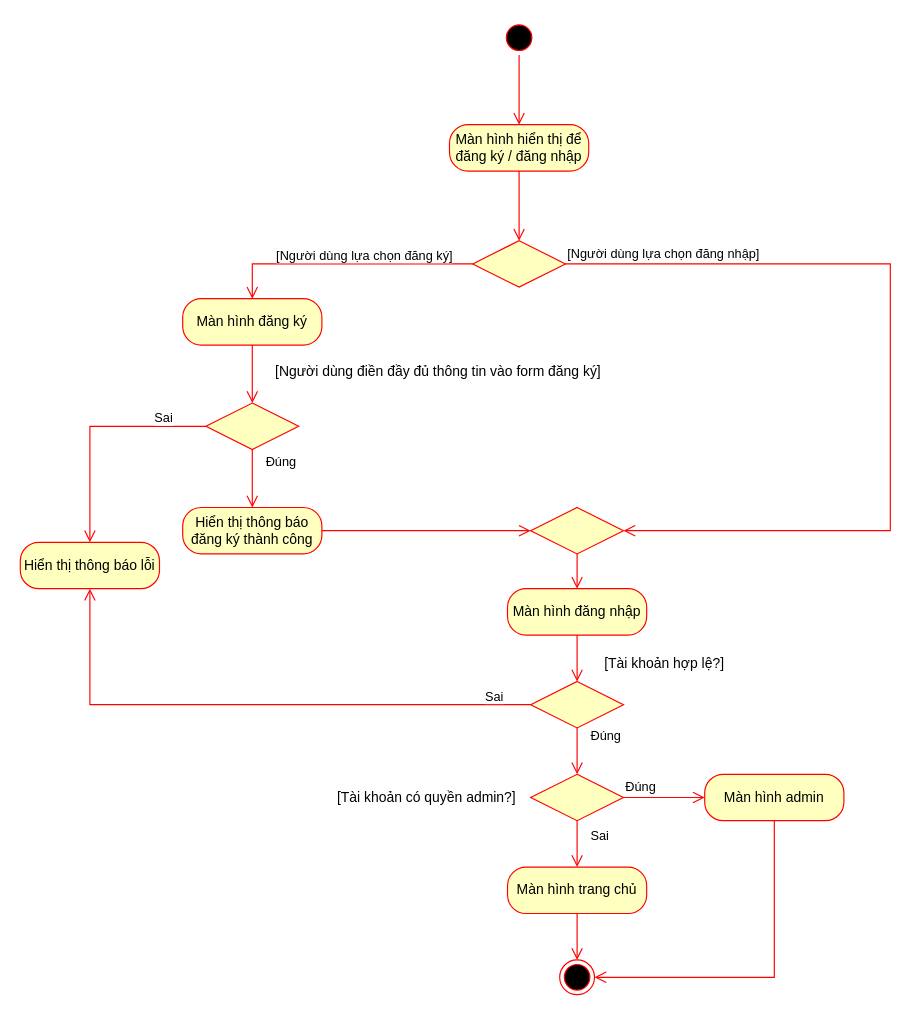
Above: SAD Diagrams/login_signup_activity_diagram.drawio in hvt299/do_an_co_so_2 (draw.io), before the change. Source tidied: cells renumbered, new cells numbered last; positions are measured from the earlier drawing's top-left corner, leaving out a move shared by most shapes. Both pictures are drawn from the tidied source at 116%, with x=0, y=0 at pixel (20, 20).
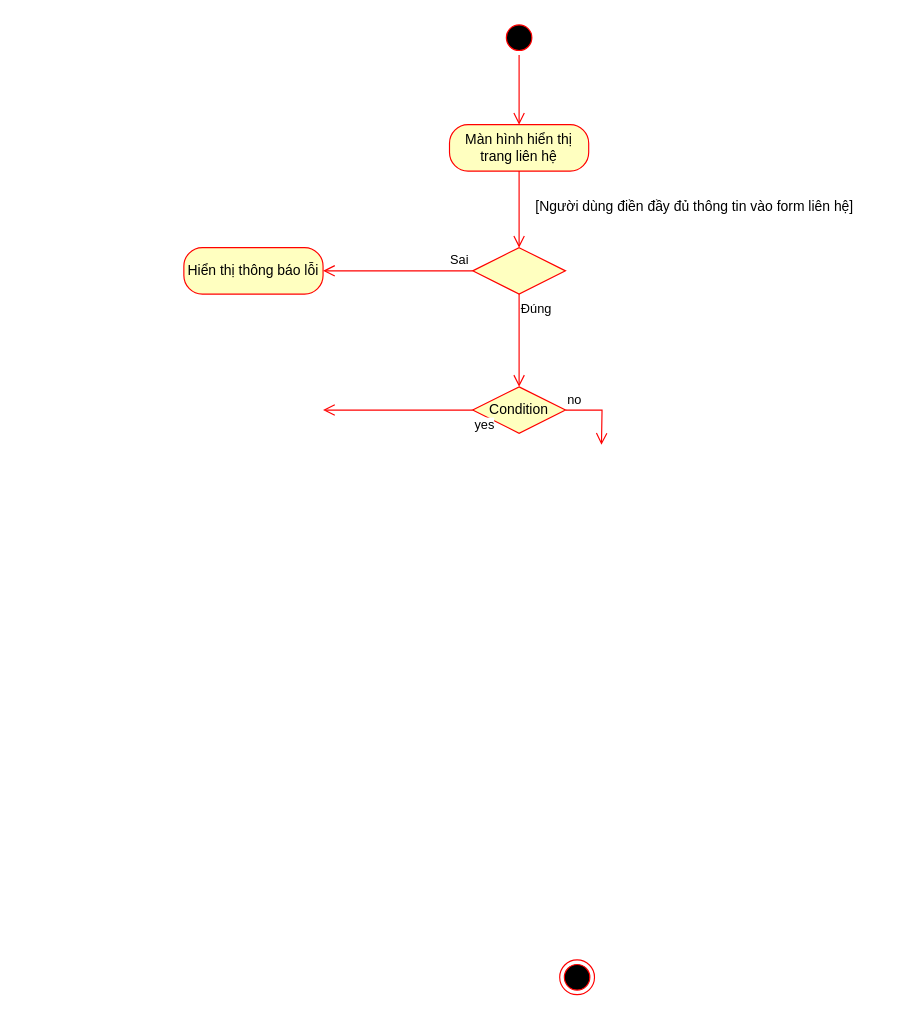
The same page after the edit.

The edit, as a diff of the source:
```diff
@@
-    <mxCell id="4" value="Màn hình hiển thị để đăng ký / đăng nhập" style="rounded=1;whiteSpace=wrap;html=1;arcSize=40;fontColor=#000000;fillColor=#ffffc0;strokeColor=#ff0000;" parent="1" vertex="1">
+    <mxCell id="4" value="Màn hình hiển thị trang liên hệ" style="rounded=1;whiteSpace=wrap;html=1;arcSize=40;fontColor=#000000;fillColor=#ffffc0;strokeColor=#ff0000;" parent="1" vertex="1">
       <mxGeometry x="370" y="90" width="120" height="40" as="geometry" />
     </mxCell>
-    <mxCell id="5" style="edgeStyle=orthogonalEdgeStyle;html=1;verticalAlign=bottom;endArrow=open;endSize=8;strokeColor=#ff0000;rounded=0;entryX=0.5;entryY=0;entryDx=0;entryDy=0;" parent="1" edge="1" source="4" target="6">
+    <mxCell id="5" style="edgeStyle=orthogonalEdgeStyle;html=1;verticalAlign=bottom;endArrow=open;endSize=8;strokeColor=#ff0000;rounded=0;entryX=0.5;entryY=0;entryDx=0;entryDy=0;" parent="1" edge="1" source="4" target="35">
       <mxGeometry relative="1" as="geometry" />
     </mxCell>
-    <mxCell id="6" style="rhombus;whiteSpace=wrap;html=1;fontColor=#000000;fillColor=#ffffc0;strokeColor=#ff0000;" parent="1" vertex="1">
-      <mxGeometry x="390" y="190" width="80" height="40" as="geometry" />
-    </mxCell>
-    <mxCell id="7" value="[Người dùng lựa chọn đăng nhập]" style="edgeStyle=orthogonalEdgeStyle;html=1;align=left;verticalAlign=bottom;endArrow=open;endSize=8;strokeColor=#ff0000;rounded=0;entryX=1;entryY=0.5;entryDx=0;entryDy=0;" parent="1" edge="1" source="6" target="18">
-      <mxGeometry x="-1" relative="1" as="geometry">
-        <Array as="points">
-          <mxPoint x="750" y="210" />
-          <mxPoint x="750" y="440" />
-        </Array>
-      </mxGeometry>
-    </mxCell>
-    <mxCell id="8" value="[Người dùng lựa chọn đăng ký]" style="edgeStyle=orthogonalEdgeStyle;html=1;align=left;verticalAlign=top;endArrow=open;endSize=8;strokeColor=#ff0000;rounded=0;exitX=0;exitY=0.5;exitDx=0;exitDy=0;entryX=0.5;entryY=0;entryDx=0;entryDy=0;" parent="1" edge="1" source="6" target="9">
-      <mxGeometry x="0.55" y="-20" relative="1" as="geometry" />
-    </mxCell>
-    <mxCell id="9" value="Màn hình đăng ký" style="rounded=1;whiteSpace=wrap;html=1;arcSize=40;fontColor=#000000;fillColor=#ffffc0;strokeColor=#ff0000;" parent="1" vertex="1">
-      <mxGeometry x="140" y="240" width="120" height="40" as="geometry" />
-    </mxCell>
-    <mxCell id="10" style="edgeStyle=orthogonalEdgeStyle;html=1;verticalAlign=bottom;endArrow=open;endSize=8;strokeColor=#ff0000;rounded=0;entryX=0.5;entryY=0;entryDx=0;entryDy=0;" parent="1" edge="1" source="9" target="11">
-      <mxGeometry relative="1" as="geometry" />
-    </mxCell>
-    <mxCell id="11" style="rhombus;whiteSpace=wrap;html=1;fontColor=#000000;fillColor=#ffffc0;strokeColor=#ff0000;" parent="1" vertex="1">
-      <mxGeometry x="160" y="330" width="80" height="40" as="geometry" />
-    </mxCell>
-    <mxCell id="12" value="Đúng" style="edgeStyle=orthogonalEdgeStyle;html=1;align=left;verticalAlign=bottom;endArrow=open;endSize=8;strokeColor=#ff0000;rounded=0;exitX=0.5;exitY=1;exitDx=0;exitDy=0;entryX=0.5;entryY=0;entryDx=0;entryDy=0;" parent="1" edge="1" source="11" target="15">
-      <mxGeometry x="-0.2" y="10" relative="1" as="geometry" />
-    </mxCell>
-    <mxCell id="13" value="Sai" style="edgeStyle=orthogonalEdgeStyle;html=1;align=left;verticalAlign=top;endArrow=open;endSize=8;strokeColor=#ff0000;rounded=0;exitX=0;exitY=0.5;exitDx=0;exitDy=0;entryX=0.5;entryY=0;entryDx=0;entryDy=0;" parent="1" edge="1" source="11" target="17">
-      <mxGeometry x="-0.54" y="-20" relative="1" as="geometry" />
-    </mxCell>
-    <mxCell id="14" value="[Người dùng điền đầy đủ thông tin vào form đăng ký]" style="text;html=1;align=center;verticalAlign=middle;strokeColor=none;fillColor=none;" parent="1" vertex="1">
-      <mxGeometry x="210" y="288" width="300" height="30" as="geometry" />
-    </mxCell>
-    <mxCell id="15" value="Hiển thị thông báo đăng ký thành công" style="rounded=1;whiteSpace=wrap;html=1;arcSize=40;fontColor=#000000;fillColor=#ffffc0;strokeColor=#ff0000;" parent="1" vertex="1">
-      <mxGeometry x="140" y="420" width="120" height="40" as="geometry" />
-    </mxCell>
-    <mxCell id="16" style="edgeStyle=orthogonalEdgeStyle;html=1;verticalAlign=bottom;endArrow=open;endSize=8;strokeColor=#ff0000;rounded=0;entryX=0;entryY=0.5;entryDx=0;entryDy=0;" parent="1" edge="1" source="15" target="18">
-      <mxGeometry relative="1" as="geometry" />
-    </mxCell>
+    <mxCell id="32" style="ellipse;html=1;shape=endState;fillColor=#000000;strokeColor=#ff0000;" parent="1" vertex="1">
+      <mxGeometry x="465" y="810" width="30" height="30" as="geometry" />
+    </mxCell>
+    <mxCell id="35" style="rhombus;whiteSpace=wrap;html=1;fontColor=#000000;fillColor=#ffffc0;strokeColor=#ff0000;" parent="1" vertex="1">
+      <mxGeometry x="390" y="196" width="80" height="40" as="geometry" />
+    </mxCell>
+    <mxCell id="36" value="Sai" style="edgeStyle=orthogonalEdgeStyle;html=1;align=left;verticalAlign=bottom;endArrow=open;endSize=8;strokeColor=#ff0000;rounded=0;entryX=1;entryY=0.5;entryDx=0;entryDy=0;" parent="1" edge="1" source="35" target="17">
+      <mxGeometry x="-0.68" relative="1" as="geometry" />
+    </mxCell>
+    <mxCell id="37" value="Đúng" style="edgeStyle=orthogonalEdgeStyle;html=1;align=left;verticalAlign=top;endArrow=open;endSize=8;strokeColor=#ff0000;rounded=0;entryX=0.5;entryY=0;entryDx=0;entryDy=0;" parent="1" edge="1" source="35" target="39">
+      <mxGeometry x="-1" relative="1" as="geometry" />
+    </mxCell>
+    <mxCell id="38" value="[Người dùng điền đầy đủ thông tin vào form liên hệ]" style="text;html=1;align=center;verticalAlign=middle;strokeColor=none;fillColor=none;" parent="1" vertex="1">
+      <mxGeometry x="431" y="146" width="300" height="30" as="geometry" />
+    </mxCell>
     <mxCell id="17" value="Hiển thị thông báo lỗi" style="rounded=1;whiteSpace=wrap;html=1;arcSize=40;fontColor=#000000;fillColor=#ffffc0;strokeColor=#ff0000;" parent="1" vertex="1">
-      <mxGeometry y="450" width="120" height="40" as="geometry" />
+      <mxGeometry x="141" y="196" width="120" height="40" as="geometry" />
     </mxCell>
-    <mxCell id="18" style="rhombus;whiteSpace=wrap;html=1;fontColor=#000000;fillColor=#ffffc0;strokeColor=#ff0000;" parent="1" vertex="1">
-      <mxGeometry x="440" y="420" width="80" height="40" as="geometry" />
-    </mxCell>
-    <mxCell id="19" style="edgeStyle=orthogonalEdgeStyle;html=1;align=left;verticalAlign=top;endArrow=open;endSize=8;strokeColor=#ff0000;rounded=0;entryX=0.5;entryY=0;entryDx=0;entryDy=0;" parent="1" edge="1" source="18" target="20">
-      <mxGeometry x="-1" relative="1" as="geometry" />
-    </mxCell>
-    <mxCell id="20" value="Màn hình đăng nhập" style="rounded=1;whiteSpace=wrap;html=1;arcSize=40;fontColor=#000000;fillColor=#ffffc0;strokeColor=#ff0000;" parent="1" vertex="1">
-      <mxGeometry x="420" y="490" width="120" height="40" as="geometry" />
-    </mxCell>
-    <mxCell id="21" style="edgeStyle=orthogonalEdgeStyle;html=1;verticalAlign=bottom;endArrow=open;endSize=8;strokeColor=#ff0000;rounded=0;entryX=0.5;entryY=0;entryDx=0;entryDy=0;" parent="1" edge="1" source="20" target="22">
-      <mxGeometry relative="1" as="geometry" />
-    </mxCell>
-    <mxCell id="22" style="rhombus;whiteSpace=wrap;html=1;fontColor=#000000;fillColor=#ffffc0;strokeColor=#ff0000;" parent="1" vertex="1">
-      <mxGeometry x="440" y="570" width="80" height="40" as="geometry" />
-    </mxCell>
-    <mxCell id="23" value="Đúng" style="edgeStyle=orthogonalEdgeStyle;html=1;align=left;verticalAlign=bottom;endArrow=open;endSize=8;strokeColor=#ff0000;rounded=0;entryX=0.5;entryY=0;entryDx=0;entryDy=0;" parent="1" edge="1" source="22" target="26">
-      <mxGeometry x="-0.21" y="10" relative="1" as="geometry" />
-    </mxCell>
-    <mxCell id="24" value="Sai" style="edgeStyle=orthogonalEdgeStyle;html=1;align=left;verticalAlign=top;endArrow=open;endSize=8;strokeColor=#ff0000;rounded=0;entryX=0.5;entryY=1;entryDx=0;entryDy=0;" parent="1" edge="1" source="22" target="17">
-      <mxGeometry x="-0.83" y="-20" relative="1" as="geometry" />
-    </mxCell>
-    <mxCell id="25" value="[Tài khoản hợp lệ?]" style="text;html=1;align=center;verticalAlign=middle;strokeColor=none;fillColor=none;" parent="1" vertex="1">
-      <mxGeometry x="490" y="540" width="130" height="30" as="geometry" />
-    </mxCell>
-    <mxCell id="26" style="rhombus;whiteSpace=wrap;html=1;fontColor=#000000;fillColor=#ffffc0;strokeColor=#ff0000;" parent="1" vertex="1">
-      <mxGeometry x="440" y="650" width="80" height="40" as="geometry" />
-    </mxCell>
-    <mxCell id="27" value="Đúng" style="edgeStyle=orthogonalEdgeStyle;html=1;align=left;verticalAlign=bottom;endArrow=open;endSize=8;strokeColor=#ff0000;rounded=0;entryX=0;entryY=0.5;entryDx=0;entryDy=0;" parent="1" edge="1" source="26" target="33">
-      <mxGeometry x="-1" relative="1" as="geometry" />
-    </mxCell>
-    <mxCell id="28" value="Sai" style="edgeStyle=orthogonalEdgeStyle;html=1;align=left;verticalAlign=top;endArrow=open;endSize=8;strokeColor=#ff0000;rounded=0;entryX=0.5;entryY=0;entryDx=0;entryDy=0;" parent="1" edge="1" source="26" target="30">
-      <mxGeometry x="-1" y="10" relative="1" as="geometry" />
-    </mxCell>
-    <mxCell id="29" value="[Tài khoản có quyền admin?]" style="text;html=1;align=center;verticalAlign=middle;strokeColor=none;fillColor=none;" parent="1" vertex="1">
-      <mxGeometry x="260" y="655" width="180" height="30" as="geometry" />
-    </mxCell>
-    <mxCell id="30" value="Màn hình trang chủ" style="rounded=1;whiteSpace=wrap;html=1;arcSize=40;fontColor=#000000;fillColor=#ffffc0;strokeColor=#ff0000;" parent="1" vertex="1">
-      <mxGeometry x="420" y="730" width="120" height="40" as="geometry" />
-    </mxCell>
-    <mxCell id="31" style="edgeStyle=orthogonalEdgeStyle;html=1;verticalAlign=bottom;endArrow=open;endSize=8;strokeColor=#ff0000;rounded=0;entryX=0.5;entryY=0;entryDx=0;entryDy=0;" parent="1" edge="1" source="30" target="32">
-      <mxGeometry relative="1" as="geometry" />
-    </mxCell>
-    <mxCell id="32" style="ellipse;html=1;shape=endState;fillColor=#000000;strokeColor=#ff0000;" parent="1" vertex="1">
-      <mxGeometry x="465" y="810" width="30" height="30" as="geometry" />
-    </mxCell>
-    <mxCell id="33" value="Màn hình admin" style="rounded=1;whiteSpace=wrap;html=1;arcSize=40;fontColor=#000000;fillColor=#ffffc0;strokeColor=#ff0000;" parent="1" vertex="1">
-      <mxGeometry x="590" y="650" width="120" height="40" as="geometry" />
-    </mxCell>
-    <mxCell id="34" style="edgeStyle=orthogonalEdgeStyle;html=1;verticalAlign=bottom;endArrow=open;endSize=8;strokeColor=#ff0000;rounded=0;entryX=1;entryY=0.5;entryDx=0;entryDy=0;" parent="1" edge="1" source="33" target="32">
-      <mxGeometry relative="1" as="geometry">
-        <Array as="points">
-          <mxPoint x="650" y="825" />
-        </Array>
-      </mxGeometry>
-    </mxCell>
+    <mxCell id="39" value="Condition" style="rhombus;whiteSpace=wrap;html=1;fontColor=#000000;fillColor=#ffffc0;strokeColor=#ff0000;" parent="1" vertex="1">
+      <mxGeometry x="390" y="316" width="80" height="40" as="geometry" />
+    </mxCell>
+    <mxCell id="40" value="no" style="edgeStyle=orthogonalEdgeStyle;html=1;align=left;verticalAlign=bottom;endArrow=open;endSize=8;strokeColor=#ff0000;rounded=0;" parent="1" edge="1" source="39">
+      <mxGeometry x="-1" relative="1" as="geometry">
+        <mxPoint x="501" y="366" as="targetPoint" />
+      </mxGeometry>
+    </mxCell>
+    <mxCell id="41" value="yes" style="edgeStyle=orthogonalEdgeStyle;html=1;align=left;verticalAlign=top;endArrow=open;endSize=8;strokeColor=#ff0000;rounded=0;" parent="1" edge="1" source="39">
+      <mxGeometry x="-1" relative="1" as="geometry">
+        <mxPoint x="261" y="336" as="targetPoint" />
+      </mxGeometry>
+    </mxCell>
```
